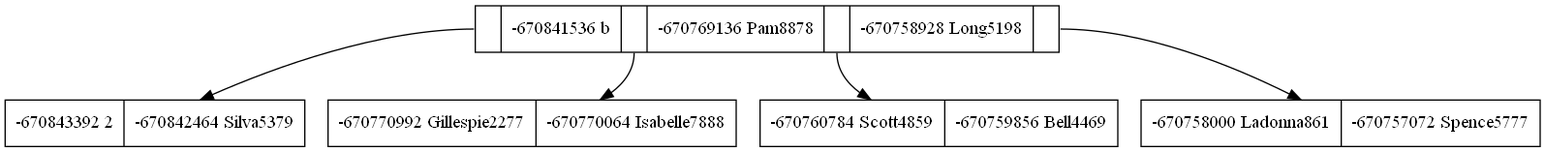
This is arbolb.png from betebetoven/EDDS2F2, a Graphviz export, as it was before one commit. Its source is kept beside it as arbolb.dot.
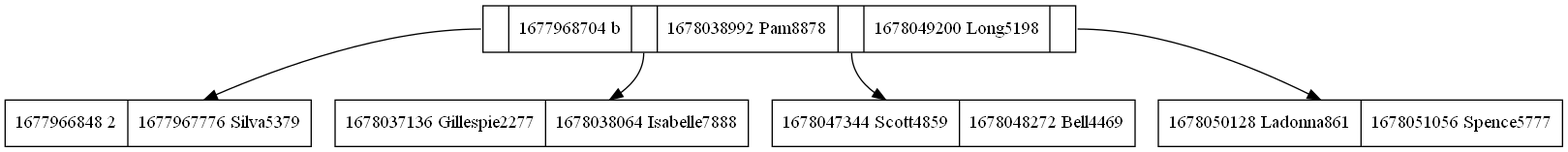
After the change.

Diff of the diagram source:
```diff
@@ -1,23 +1,23 @@
 digraph G {
 node[shape=record]
-R0x7f6bd803c540[label="<C1>|-670841536
- b|<C2>|-670769136
- Pam8878|<C3>|-670758928
+R0x7f9f6403c540[label="<C1>|1677968704
+ b|<C2>|1678038992
+ Pam8878|<C3>|1678049200
  Long5198|<C4>"];
-R0x7f6bd803be00[label="-670843392
- 2|-670842464
+R0x7f9f6403be00[label="1677966848
+ 2|1677967776
  Silva5379"];
-R0x7f6bd804d8d0[label="-670770992
- Gillespie2277|-670770064
+R0x7f9f6404d090[label="1678037136
+ Gillespie2277|1678038064
  Isabelle7888"];
-R0x7f6bd80500b0[label="-670760784
- Scott4859|-670759856
+R0x7f9f6404f870[label="1678047344
+ Scott4859|1678048272
  Bell4469"];
-R0x7f6bd8050b90[label="-670758000
- Ladonna861|-670757072
+R0x7f9f64050350[label="1678050128
+ Ladonna861|1678051056
  Spence5777"];
-R0x7f6bd803c540:C1->R0x7f6bd803be00;
-R0x7f6bd803c540:C2->R0x7f6bd804d8d0;
-R0x7f6bd803c540:C3->R0x7f6bd80500b0;
-R0x7f6bd803c540:C4->R0x7f6bd8050b90;
+R0x7f9f6403c540:C1->R0x7f9f6403be00;
+R0x7f9f6403c540:C2->R0x7f9f6404d090;
+R0x7f9f6403c540:C3->R0x7f9f6404f870;
+R0x7f9f6403c540:C4->R0x7f9f64050350;
 }
```
